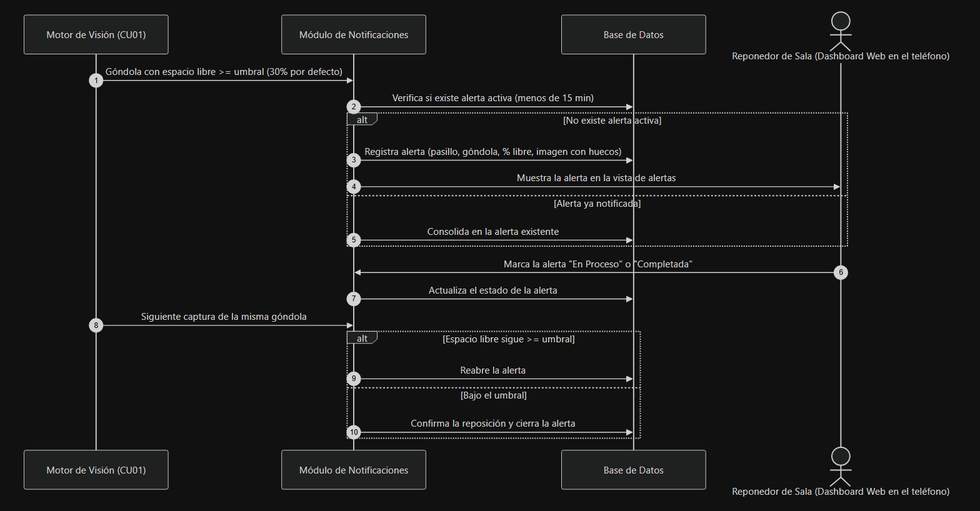
The Mermaid diagram Anexos/Diseño/Diagramas particulares por cada C. U._/Diagrama C.U 02.png in marianapeachy/capstone, before a commit. Its source is kept beside it as Anexos/Diseño/Diagramas fuente (Mermaid)/Diagrama C.U 02.mmd. Source of this version:
```mermaid
sequenceDiagram
    autonumber
    participant Eng as Motor de Visión (CU01)
    participant Not as Módulo de Notificaciones
    participant BD as Base de Datos
    actor Rep as Reponedor de Sala (Dashboard Web en el teléfono)
    Eng->>Not: Góndola con espacio libre >= umbral (30% por defecto)
    Not->>BD: Verifica si existe alerta activa (menos de 15 min)
    alt No existe alerta activa
        Not->>BD: Registra alerta (pasillo, góndola, % libre, imagen con huecos)
        Not->>Rep: Muestra la alerta en la vista de alertas
    else Alerta ya notificada
        Not->>BD: Consolida en la alerta existente
    end
    Rep->>Not: Marca la alerta "En Proceso" o "Completada"
    Not->>BD: Actualiza el estado de la alerta
    Eng->>Not: Siguiente captura de la misma góndola
    alt Espacio libre sigue >= umbral
        Not->>BD: Reabre la alerta
    else Bajo el umbral
        Not->>BD: Confirma la reposición y cierra la alerta
    end
```
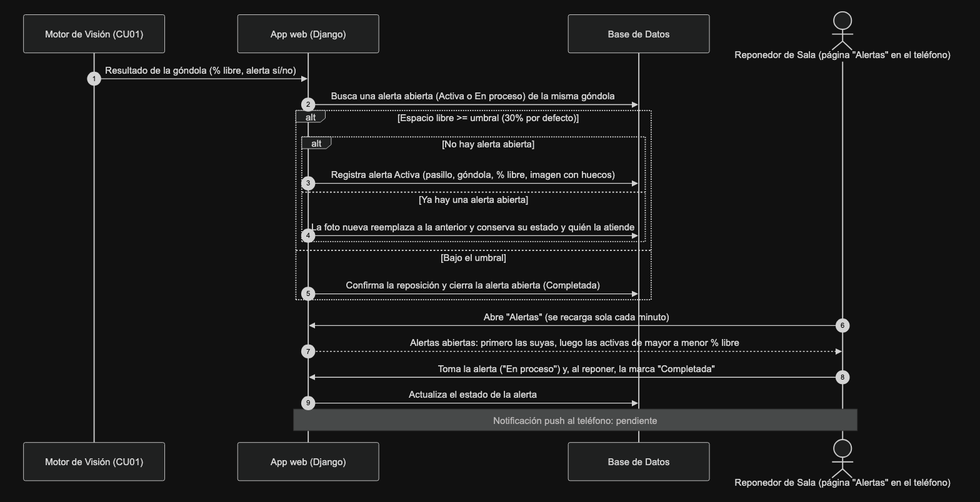
The same diagram one commit later.

Change to the diagram source:
```diff
@@ -1,22 +1,22 @@
 sequenceDiagram
     autonumber
     participant Eng as Motor de Visión (CU01)
-    participant Not as Módulo de Notificaciones
+    participant Web as App web (Django)
     participant BD as Base de Datos
-    actor Rep as Reponedor de Sala (Dashboard Web en el teléfono)
-    Eng->>Not: Góndola con espacio libre >= umbral (30% por defecto)
-    Not->>BD: Verifica si existe alerta activa (menos de 15 min)
-    alt No existe alerta activa
-        Not->>BD: Registra alerta (pasillo, góndola, % libre, imagen con huecos)
-        Not->>Rep: Muestra la alerta en la vista de alertas
-    else Alerta ya notificada
-        Not->>BD: Consolida en la alerta existente
+    actor Rep as Reponedor de Sala (página "Alertas" en el teléfono)
+    Eng->>Web: Resultado de la góndola (% libre, alerta sí/no)
+    Web->>BD: Busca una alerta abierta (Activa o En proceso) de la misma góndola
+    alt Espacio libre >= umbral (30% por defecto)
+        alt No hay alerta abierta
+            Web->>BD: Registra alerta Activa (pasillo, góndola, % libre, imagen con huecos)
+        else Ya hay una alerta abierta
+            Web->>BD: La foto nueva reemplaza a la anterior y conserva su estado y quién la atiende
+        end
+    else Bajo el umbral
+        Web->>BD: Confirma la reposición y cierra la alerta abierta (Completada)
     end
-    Rep->>Not: Marca la alerta "En Proceso" o "Completada"
-    Not->>BD: Actualiza el estado de la alerta
-    Eng->>Not: Siguiente captura de la misma góndola
-    alt Espacio libre sigue >= umbral
-        Not->>BD: Reabre la alerta
-    else Bajo el umbral
-        Not->>BD: Confirma la reposición y cierra la alerta
-    end
+    Rep->>Web: Abre "Alertas" (se recarga sola cada minuto)
+    Web-->>Rep: Alertas abiertas: primero las suyas, luego las activas de mayor a menor % libre
+    Rep->>Web: Toma la alerta ("En proceso") y, al reponer, la marca "Completada"
+    Web->>BD: Actualiza el estado de la alerta
+    Note over Web,Rep: Notificación push al teléfono: pendiente
```
